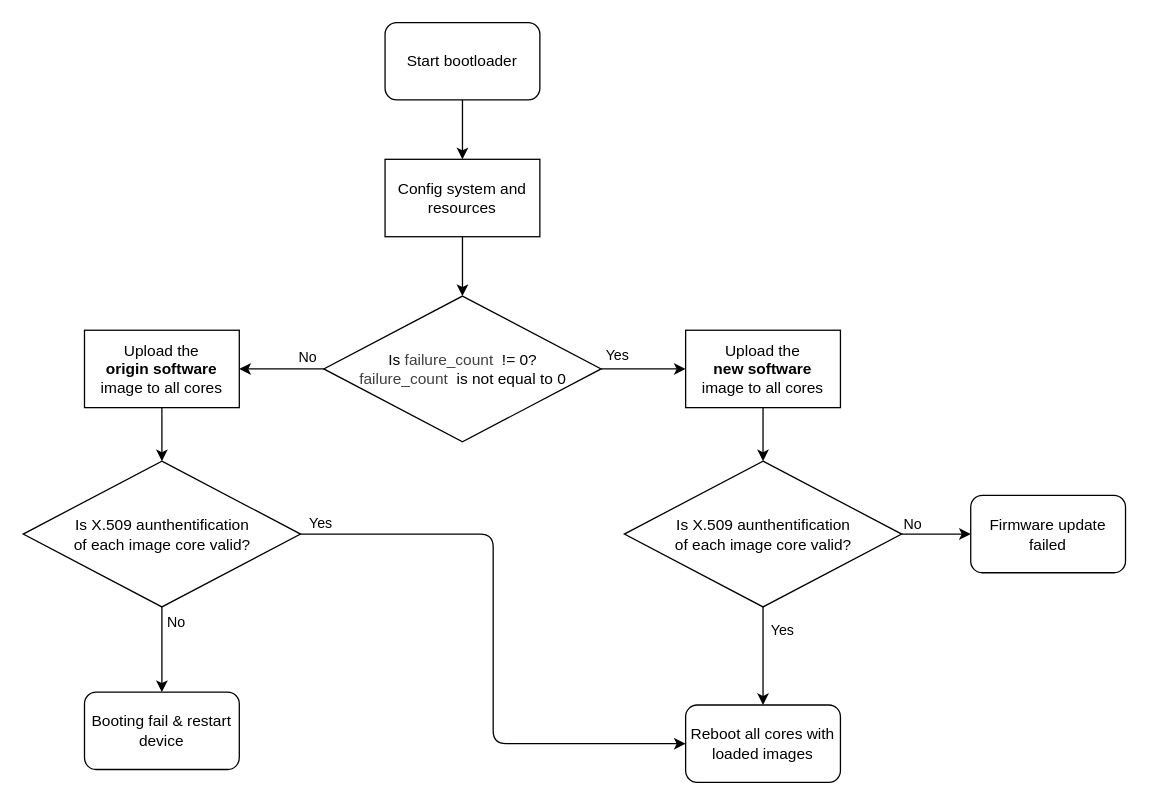
The draw.io diagram schematic/05-sw-flow-bootloader.drawio in petrkucerak/diplom-thesis, before the edit. Source tidied: cells renumbered, new cells numbered last; positions are measured from the earlier drawing's top-left corner, leaving out a move shared by most shapes. Both pictures are drawn from the tidied source at 129%, with x=0, y=0 at pixel (23, 22).
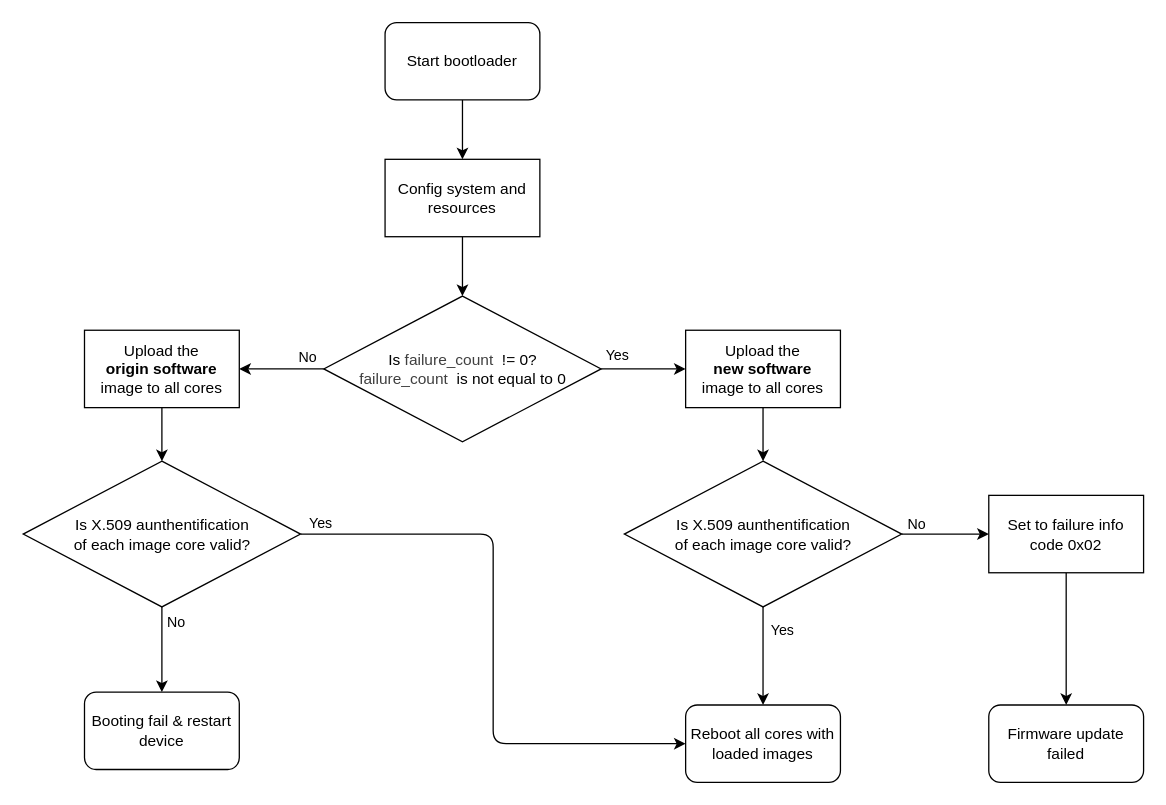
Above is the later version.

Unchanged cells that the change refers to:
```xml
<mxCell id="17" value="Is X.509 aunthentification&lt;br&gt;of each image core valid?" style="rhombus;whiteSpace=wrap;html=1;" parent="1" vertex="1">
  <mxGeometry x="465.5" y="340" width="215" height="113" as="geometry" />
</mxCell>
```

What changed in the source:
```diff
@@
-    <mxCell id="15" style="edgeStyle=none;html=1;exitX=1;exitY=0.5;exitDx=0;exitDy=0;" parent="1" edge="1" source="17" target="27">
+    <mxCell id="15" style="edgeStyle=none;html=1;exitX=1;exitY=0.5;exitDx=0;exitDy=0;" parent="1" edge="1" source="17" target="29">
       <mxGeometry relative="1" as="geometry" />
     </mxCell>
@@
     <mxCell id="27" value="Firmware update failed" style="rounded=1;whiteSpace=wrap;html=1;" parent="1" vertex="1">
-      <mxGeometry x="734" y="366.5" width="120" height="60" as="geometry" />
+      <mxGeometry x="748" y="529" width="120" height="60" as="geometry" />
     </mxCell>
+    <mxCell id="28" style="edgeStyle=none;html=1;exitX=0.5;exitY=1;exitDx=0;exitDy=0;" parent="1" edge="1" source="29" target="27">
+      <mxGeometry relative="1" as="geometry" />
+    </mxCell>
+    <mxCell id="29" value="Set to failure info code 0x02" style="rounded=0;whiteSpace=wrap;html=1;" parent="1" vertex="1">
+      <mxGeometry x="748" y="366.5" width="120" height="60" as="geometry" />
+    </mxCell>
```
